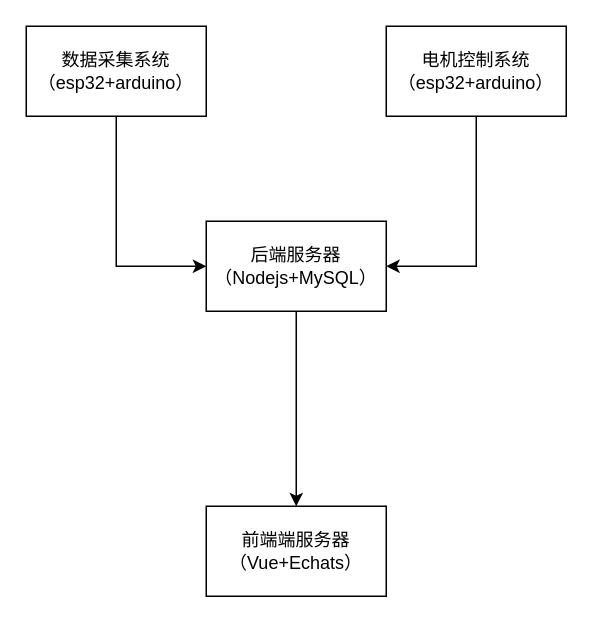
notepaper/- keeps this draw.io diagram as 未命名绘图.drawio. Above is the earlier version. Source tidied: cells renumbered, new cells numbered last; positions are measured from the earlier drawing's top-left corner, leaving out a move shared by most shapes. Both pictures are drawn from the tidied source at 150%, with x=0, y=0 at pixel (26, 26).
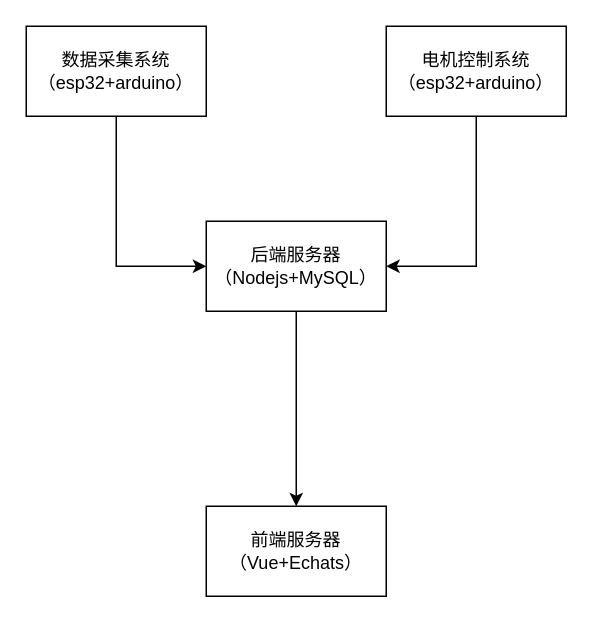
After the change.

Commit message (it also covers changes not shown here):
更新未命名绘图.drawio

The edit, as a diff of the source:
```diff
@@
 <mxGraphModel>
   <root>
     <mxCell id="0" />
     <mxCell id="1" parent="0" />
     <mxCell id="2" style="edgeStyle=orthogonalEdgeStyle;rounded=0;jettySize=auto;html=1;entryX=0;entryY=0.5;entryDx=0;entryDy=0;" parent="1" edge="1" source="3" target="7">
       <mxGeometry relative="1" as="geometry">
         <Array as="points">
           <mxPoint x="60" y="160" />
         </Array>
       </mxGeometry>
     </mxCell>
     <mxCell id="3" value="数据采集系统&lt;br&gt;（esp32+arduino）" style="rounded=0;whiteSpace=wrap;html=1;" parent="1" vertex="1">
       <mxGeometry width="120" height="60" as="geometry" />
     </mxCell>
     <mxCell id="4" style="edgeStyle=orthogonalEdgeStyle;rounded=0;jettySize=auto;html=1;entryX=1;entryY=0.5;entryDx=0;entryDy=0;" parent="1" edge="1" source="5" target="7">
       <mxGeometry relative="1" as="geometry">
         <Array as="points">
           <mxPoint x="300" y="160" />
         </Array>
       </mxGeometry>
     </mxCell>
     <mxCell id="5" value="电机控制系统&lt;br&gt;（esp32+arduino）" style="rounded=0;whiteSpace=wrap;html=1;" parent="1" vertex="1">
       <mxGeometry x="240" width="120" height="60" as="geometry" />
     </mxCell>
     <mxCell id="6" style="edgeStyle=orthogonalEdgeStyle;rounded=0;jettySize=auto;html=1;entryX=0.5;entryY=0;entryDx=0;entryDy=0;" parent="1" edge="1" source="7" target="8">
       <mxGeometry relative="1" as="geometry" />
     </mxCell>
     <mxCell id="7" value="后端服务器&lt;br&gt;（Nodejs+MySQL）" style="rounded=0;whiteSpace=wrap;html=1;" parent="1" vertex="1">
       <mxGeometry x="120" y="130" width="120" height="60" as="geometry" />
     </mxCell>
-    <mxCell id="8" value="前端端服务器&lt;br&gt;（Vue+Echats）" style="rounded=0;whiteSpace=wrap;html=1;" parent="1" vertex="1">
+    <mxCell id="8" value="前端服务器&lt;br&gt;（Vue+Echats）" style="rounded=0;whiteSpace=wrap;html=1;" parent="1" vertex="1">
       <mxGeometry x="120" y="320" width="120" height="60" as="geometry" />
     </mxCell>
   </root>
 </mxGraphModel>
```
